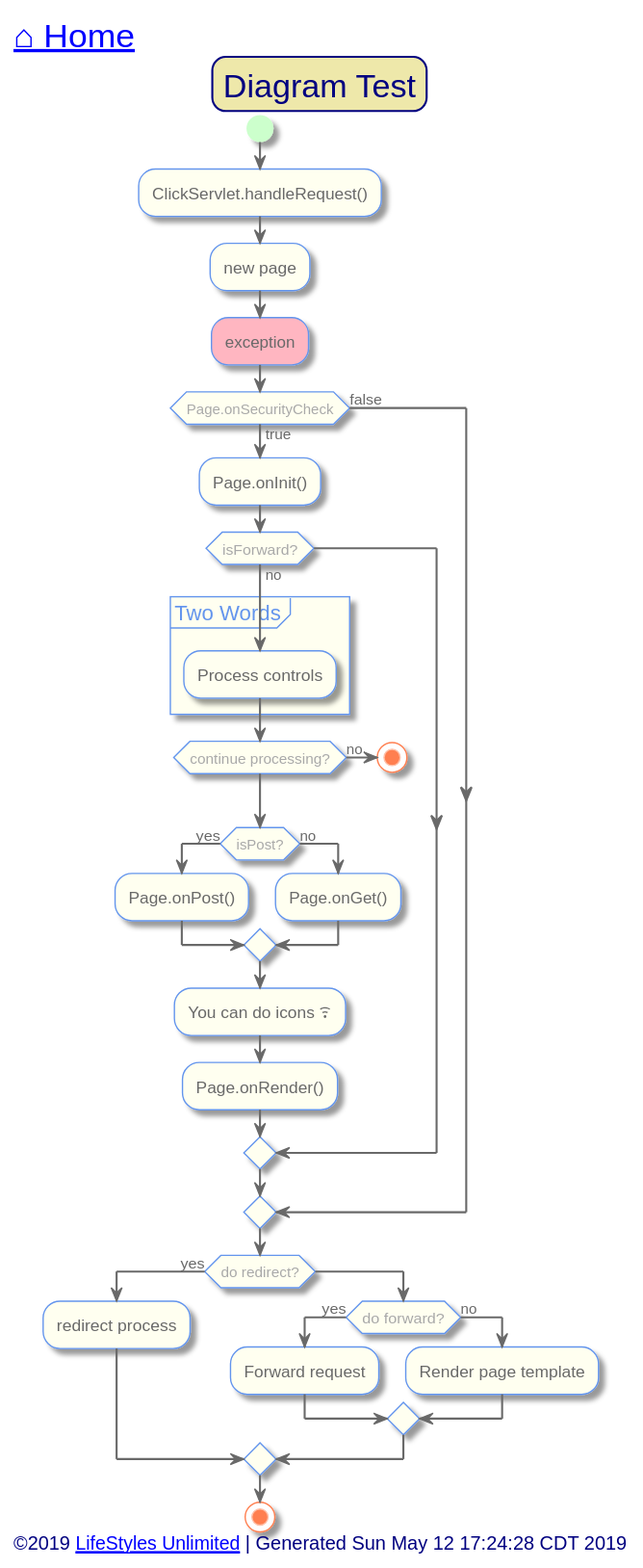
The PlantUML diagram out/src/test/diagram-test.svg in toddmo/lifestylesunlimited, before a commit.
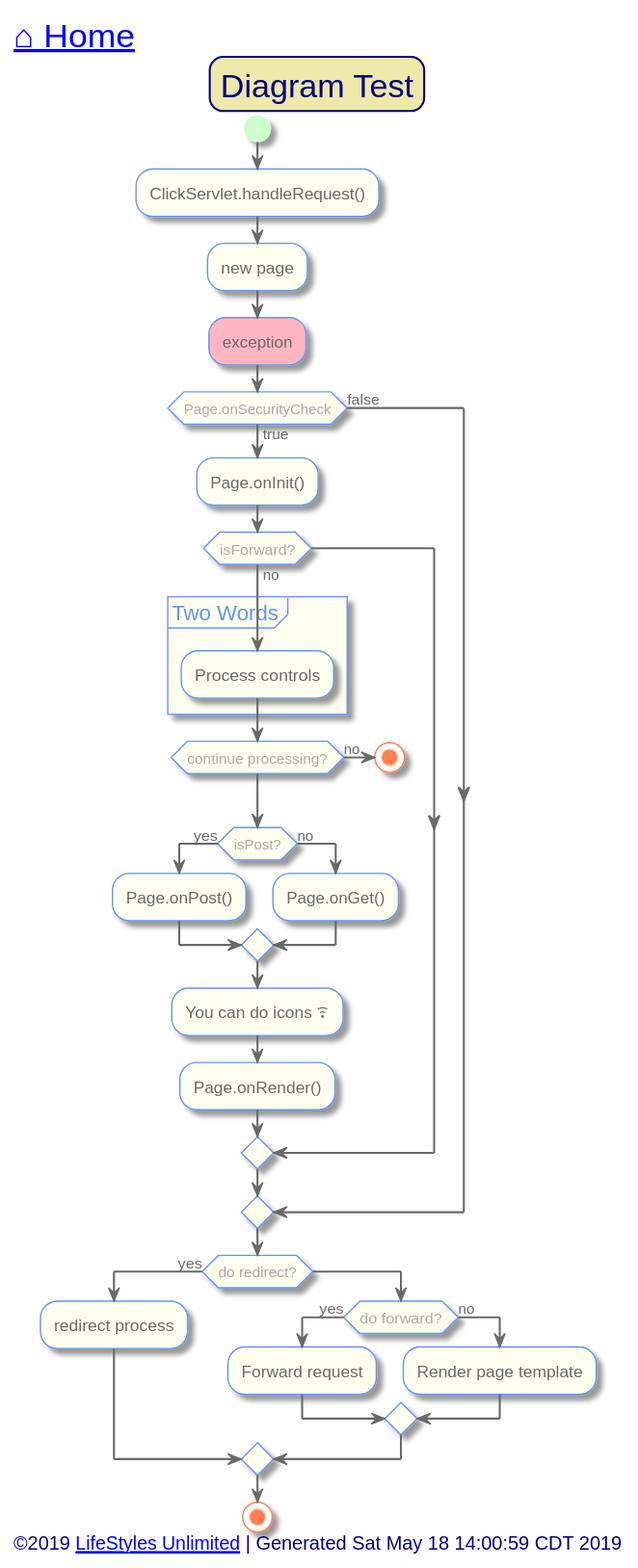
Later version of the same file.

The edit, as a diff of the source:
```diff
@@ -125,7 +125,7 @@
 
 
 left footer
-	<font size=14>©2019 [[http://www.lifestylesunlimited.com LifeStyles Unlimited]] | Generated Sun May 12 17:24:28 CDT 2019</font>
+	<font size=14>©2019 [[http://www.lifestylesunlimited.com LifeStyles Unlimited]] | Generated Sat May 18 14:00:59 CDT 2019</font>
 endfooter
 
 
```
